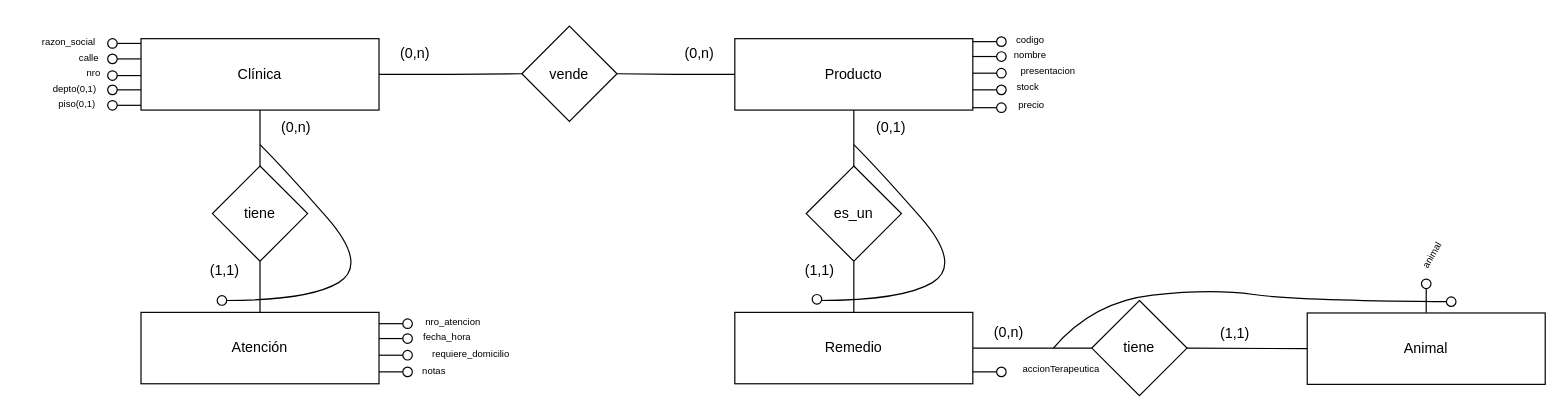
This is Practicas/Practica1/ej14/logico.drawio from gonblas/bd, a draw.io file, before an edit. Source tidied: cells renumbered, new cells numbered last; positions are measured from the earlier drawing's top-left corner, leaving out a move shared by most shapes. Both pictures are drawn from the tidied source at 119%, with x=0, y=0 at pixel (20, 20).
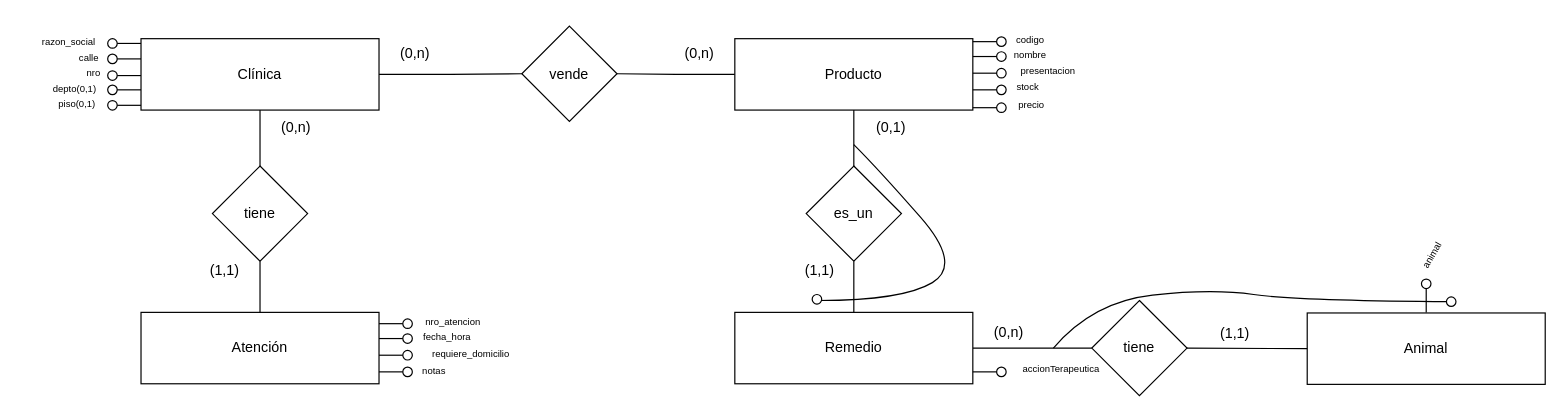
After the change.

Commit message (it also covers changes not shown here):
Practica 1 - Correccion ej 14

Change to the diagram source:
```diff
@@
-    <mxCell id="93" style="curved=1;endArrow=none;html=1;rounded=0;startFill=0;" parent="1" edge="1">
-      <mxGeometry relative="1" as="geometry">
-        <mxPoint x="201" y="104" as="sourcePoint" />
-        <mxPoint x="172" y="235" as="targetPoint" />
-        <Array as="points">
-          <mxPoint x="222" y="125" />
-          <mxPoint x="292" y="205" />
-          <mxPoint x="242" y="235" />
-        </Array>
-      </mxGeometry>
-    </mxCell>
-    <mxCell id="94" style="group;rotation=90;" parent="1" vertex="1">
-      <mxGeometry x="155" y="221" width="8" height="28" as="geometry" />
-    </mxCell>
-    <mxCell id="95" style="ellipse;whiteSpace=wrap;html=1;fillColor=light-dark(#FFFFFF,#FFFFFF);rotation=90;" parent="94" vertex="1">
-      <mxGeometry x="10" y="10" width="8" height="8" as="geometry" />
-    </mxCell>
```
